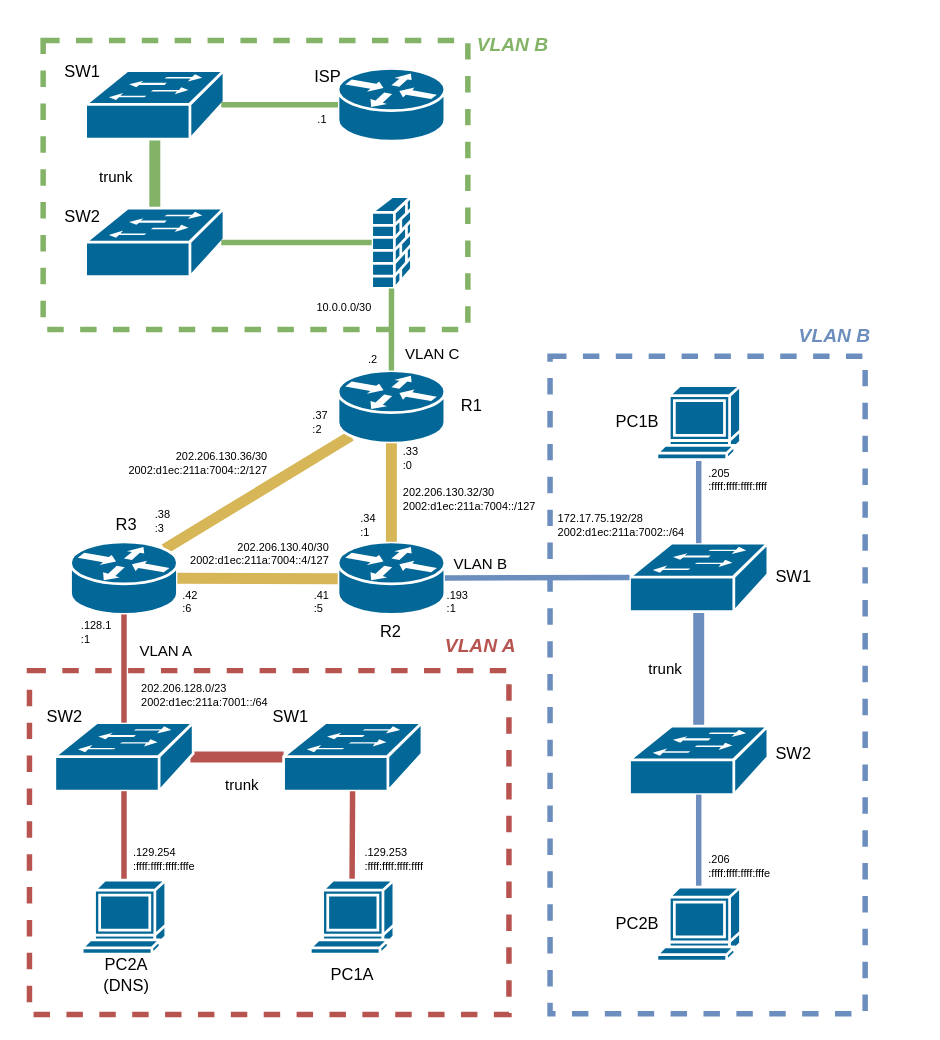
Earlier version of the draw.io diagram l3_topologie_s_adresami.drawio (phatt-23/web). Source tidied: cells renumbered, new cells numbered last; positions are measured from the earlier drawing's top-left corner, leaving out a move shared by most shapes. Both pictures are drawn from the tidied source at 137%, with x=0, y=0 at pixel (23, 23).
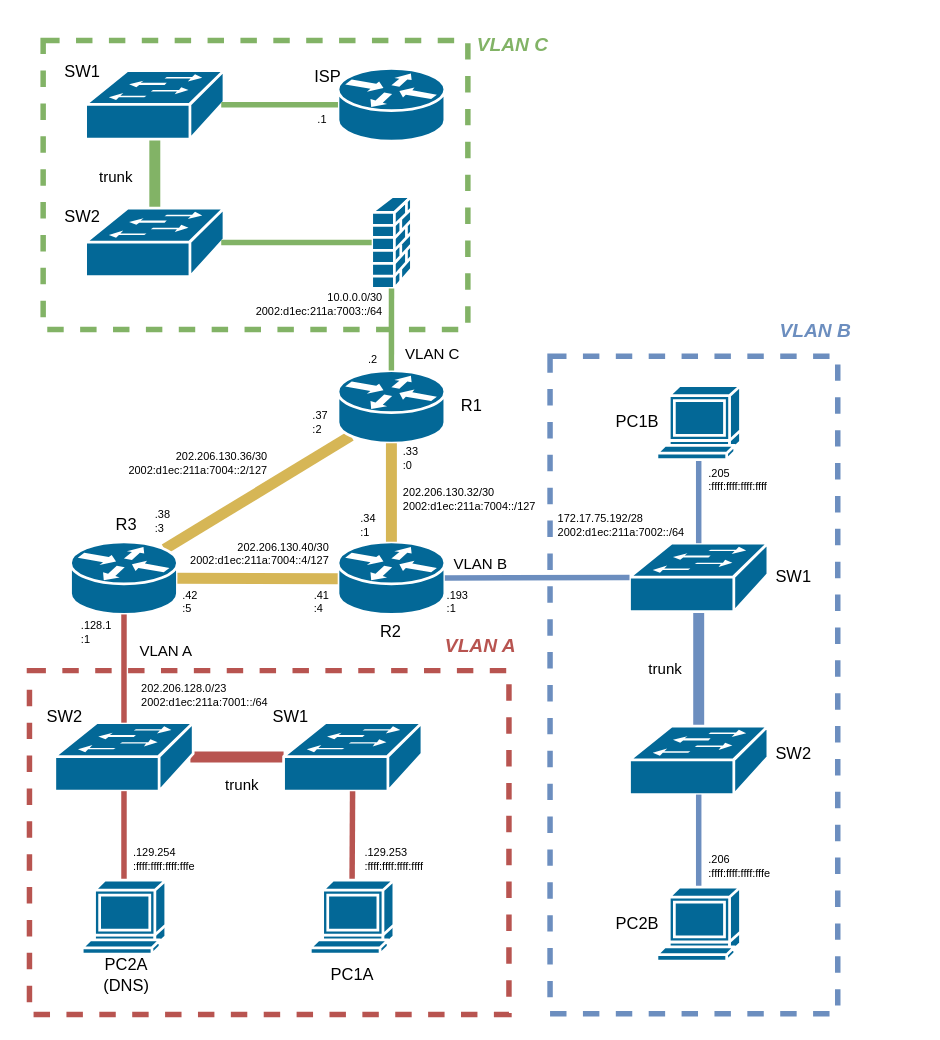
The same diagram, later.

The edit, as a diff of the source:
```diff
@@
     <mxCell id="29" style="rounded=0;whiteSpace=wrap;html=1;fillColor=none;dashed=1;strokeWidth=4;strokeColor=#6c8ebf;fontFamily=Iosevka NF;" parent="1" vertex="1">
-      <mxGeometry x="384" y="242.5" width="230" height="480" as="geometry" />
+      <mxGeometry x="384" y="242.5" width="210" height="480" as="geometry" />
     </mxCell>
@@
     <mxCell id="34" value="&lt;div style=&quot;font-size: 14px;&quot;&gt;&lt;font color=&quot;#6c8ebf&quot;&gt;&lt;b&gt;&lt;i&gt;VLAN B&lt;br&gt;&lt;/i&gt;&lt;/b&gt;&lt;/font&gt;&lt;/div&gt;" style="text;html=1;align=center;verticalAlign=middle;whiteSpace=wrap;rounded=0;strokeWidth=1;fontFamily=Iosevka NF;" parent="1" vertex="1">
-      <mxGeometry x="561" y="213" width="62" height="29" as="geometry" />
+      <mxGeometry x="547" y="209" width="62" height="29" as="geometry" />
     </mxCell>
@@
-    <mxCell id="42" value="&lt;div style=&quot;font-size: 14px;&quot;&gt;&lt;font color=&quot;#82b366&quot;&gt;&lt;b&gt;&lt;i&gt;VLAN B&lt;br&gt;&lt;/i&gt;&lt;/b&gt;&lt;/font&gt;&lt;/div&gt;" style="text;html=1;align=center;verticalAlign=middle;whiteSpace=wrap;rounded=0;strokeWidth=1;fontFamily=Iosevka NF;" parent="1" vertex="1">
+    <mxCell id="42" value="&lt;div style=&quot;font-size: 14px;&quot;&gt;&lt;font color=&quot;#82b366&quot;&gt;&lt;b&gt;&lt;i&gt;VLAN C&lt;br&gt;&lt;/i&gt;&lt;/b&gt;&lt;/font&gt;&lt;/div&gt;" style="text;html=1;align=center;verticalAlign=middle;whiteSpace=wrap;rounded=0;strokeWidth=1;fontFamily=Iosevka NF;" parent="1" vertex="1">
       <mxGeometry x="326" width="62" height="29" as="geometry" />
     </mxCell>
@@
-    <mxCell id="71" value="&lt;div align=&quot;left&quot;&gt;&lt;div style=&quot;font-size: 8px;&quot;&gt;&lt;font style=&quot;font-size: 8px;&quot;&gt;.41&lt;br&gt;:5&lt;/font&gt;&lt;/div&gt;&lt;/div&gt;" style="text;html=1;align=left;verticalAlign=middle;whiteSpace=wrap;rounded=0;fontFamily=Iosevka NF;" parent="1" vertex="1">
+    <mxCell id="71" value="&lt;div align=&quot;left&quot;&gt;&lt;div style=&quot;font-size: 8px;&quot;&gt;&lt;font style=&quot;font-size: 8px;&quot;&gt;.41&lt;br&gt;:4&lt;/font&gt;&lt;/div&gt;&lt;/div&gt;" style="text;html=1;align=left;verticalAlign=middle;whiteSpace=wrap;rounded=0;fontFamily=Iosevka NF;" parent="1" vertex="1">
       <mxGeometry x="210" y="407" width="107" height="30" as="geometry" />
     </mxCell>
-    <mxCell id="72" value="&lt;div align=&quot;left&quot;&gt;&lt;div style=&quot;font-size: 8px;&quot;&gt;&lt;font style=&quot;font-size: 8px;&quot;&gt;.42&lt;br&gt;:6&lt;/font&gt;&lt;/div&gt;&lt;/div&gt;" style="text;html=1;align=left;verticalAlign=middle;whiteSpace=wrap;rounded=0;fontFamily=Iosevka NF;" parent="1" vertex="1">
+    <mxCell id="72" value="&lt;div align=&quot;left&quot;&gt;&lt;div style=&quot;font-size: 8px;&quot;&gt;&lt;font style=&quot;font-size: 8px;&quot;&gt;.42&lt;br&gt;:5&lt;/font&gt;&lt;/div&gt;&lt;/div&gt;" style="text;html=1;align=left;verticalAlign=middle;whiteSpace=wrap;rounded=0;fontFamily=Iosevka NF;" parent="1" vertex="1">
       <mxGeometry x="114" y="407" width="107" height="30" as="geometry" />
     </mxCell>
     <mxCell id="73" value="&lt;div align=&quot;left&quot;&gt;&lt;div style=&quot;font-size: 8px;&quot;&gt;&lt;font style=&quot;font-size: 8px;&quot;&gt;202.206.128.0/23&lt;br&gt;2002:d1ec:211a:7001::/64&lt;/font&gt;&lt;/div&gt;&lt;/div&gt;" style="text;html=1;align=left;verticalAlign=middle;whiteSpace=wrap;rounded=0;fontFamily=Iosevka NF;" parent="1" vertex="1">
-      <mxGeometry x="84" y="475" width="96" height="30" as="geometry" />
+      <mxGeometry x="84" y="475" width="110" height="30" as="geometry" />
     </mxCell>
@@
-    <mxCell id="75" value="&lt;div style=&quot;font-size: 11px;&quot;&gt;&lt;font style=&quot;font-size: 8px;&quot;&gt;10.0.0.0/30&lt;/font&gt;&lt;/div&gt;" style="text;html=1;align=center;verticalAlign=middle;whiteSpace=wrap;rounded=0;fontFamily=Iosevka NF;" parent="1" vertex="1">
-      <mxGeometry x="204" y="191" width="60" height="30" as="geometry" />
+    <mxCell id="75" value="&lt;div style=&quot;font-size: 8px;&quot; align=&quot;right&quot;&gt;&lt;font style=&quot;font-size: 8px;&quot;&gt;10.0.0.0/30&lt;/font&gt;&lt;/div&gt;&lt;div style=&quot;font-size: 8px;&quot; align=&quot;right&quot;&gt;&lt;font style=&quot;font-size: 8px;&quot;&gt;2002:d1ec:211a:7003::/64&lt;/font&gt;&lt;/div&gt;" style="text;html=1;align=right;verticalAlign=middle;whiteSpace=wrap;rounded=0;fontFamily=Iosevka NF;" parent="1" vertex="1">
+      <mxGeometry x="139" y="190" width="125" height="30" as="geometry" />
     </mxCell>
```
